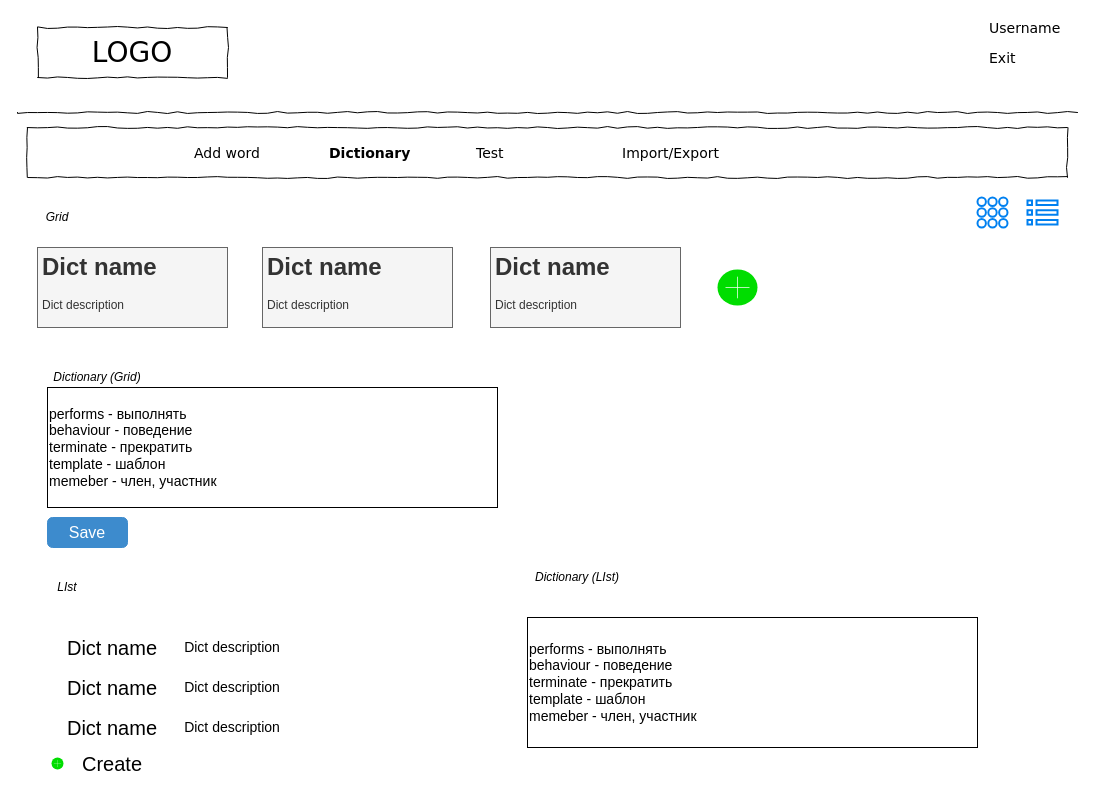
Above: page "dictionaries interface" (2 of 5) of schemes/scheme.drawio in vikk777/Smart-Dictionary (draw.io), before the change. Source tidied: cells renumbered, new cells numbered last; positions are measured from the earlier drawing's top-left corner, leaving out a move shared by most shapes. Both pictures are drawn from the tidied source at 100%, with x=0, y=0 at pixel (17, 17).
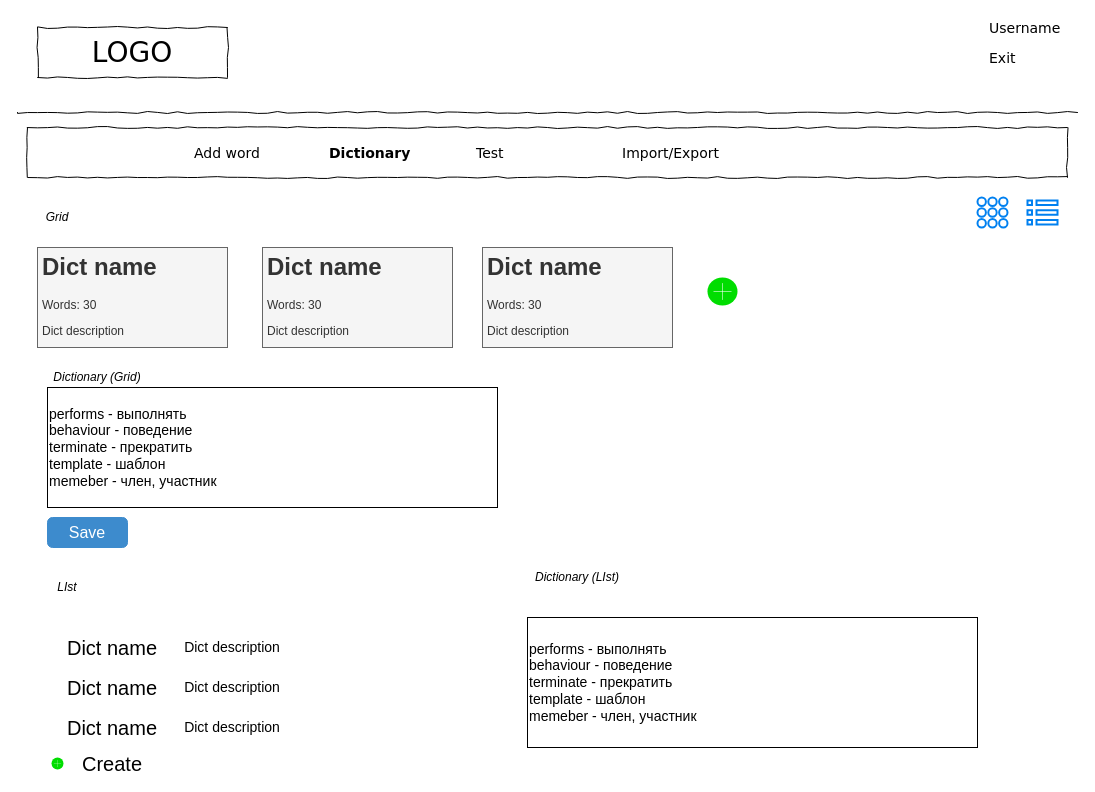
The same diagram, later.

Change to the diagram source:
```diff
@@
-    <mxCell id="14" value="&lt;h1&gt;Dict name&lt;/h1&gt;&lt;p&gt;Dict description&lt;/p&gt;" style="text;html=1;spacing=5;spacingTop=-20;whiteSpace=wrap;overflow=hidden;rounded=0;fillColor=#f5f5f5;strokeColor=#666666;fontColor=#333333;" parent="1" vertex="1">
-      <mxGeometry x="20" y="230" width="190" height="80" as="geometry" />
+    <mxCell id="14" value="&lt;h1&gt;Dict name&lt;/h1&gt;&lt;p&gt;Words: 30&lt;/p&gt;&lt;p&gt;Dict description&lt;/p&gt;" style="text;html=1;spacing=5;spacingTop=-20;whiteSpace=wrap;overflow=hidden;rounded=0;fillColor=#f5f5f5;strokeColor=#666666;fontColor=#333333;" parent="1" vertex="1">
+      <mxGeometry x="20" y="230" width="190" height="100" as="geometry" />
     </mxCell>
-    <mxCell id="15" value="&lt;h1&gt;Dict name&lt;/h1&gt;&lt;p&gt;Dict description&lt;/p&gt;" style="text;html=1;spacing=5;spacingTop=-20;whiteSpace=wrap;overflow=hidden;rounded=0;fillColor=#f5f5f5;strokeColor=#666666;fontColor=#333333;" parent="1" vertex="1">
-      <mxGeometry x="245" y="230" width="190" height="80" as="geometry" />
-    </mxCell>
-    <mxCell id="16" value="&lt;h1&gt;Dict name&lt;/h1&gt;&lt;p&gt;Dict description&lt;/p&gt;" style="text;html=1;spacing=5;spacingTop=-20;whiteSpace=wrap;overflow=hidden;rounded=0;fillColor=#f5f5f5;strokeColor=#666666;fontColor=#333333;" parent="1" vertex="1">
-      <mxGeometry x="473" y="230" width="190" height="80" as="geometry" />
-    </mxCell>
@@
     <mxCell id="28" style="html=1;verticalLabelPosition=bottom;labelBackgroundColor=#ffffff;verticalAlign=top;shadow=0;dashed=0;strokeWidth=2;shape=mxgraph.ios7.misc.add;fillColor=#00dd00;strokeColor=#ffffff;fontSize=14;align=left;" parent="1" vertex="1">
-      <mxGeometry x="700" y="252" width="40" height="36" as="geometry" />
+      <mxGeometry x="690" y="260" width="30" height="28" as="geometry" />
     </mxCell>
@@
+    <mxCell id="32" value="&lt;h1&gt;Dict name&lt;/h1&gt;&lt;p&gt;Words: 30&lt;/p&gt;&lt;p&gt;Dict description&lt;/p&gt;" style="text;html=1;spacing=5;spacingTop=-20;whiteSpace=wrap;overflow=hidden;rounded=0;fillColor=#f5f5f5;strokeColor=#666666;fontColor=#333333;" parent="1" vertex="1">
+      <mxGeometry x="245" y="230" width="190" height="100" as="geometry" />
+    </mxCell>
+    <mxCell id="33" value="&lt;h1&gt;Dict name&lt;/h1&gt;&lt;p&gt;Words: 30&lt;/p&gt;&lt;p&gt;Dict description&lt;/p&gt;" style="text;html=1;spacing=5;spacingTop=-20;whiteSpace=wrap;overflow=hidden;rounded=0;fillColor=#f5f5f5;strokeColor=#666666;fontColor=#333333;" parent="1" vertex="1">
+      <mxGeometry x="465" y="230" width="190" height="100" as="geometry" />
+    </mxCell>
```
